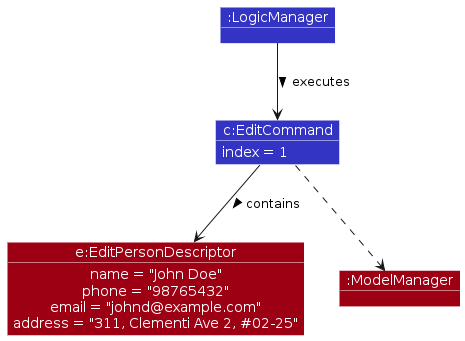
AY2526S2-CS2103T-W11-2/tp keeps this PlantUML diagram as diagrams/edit-person/PersonEditExecution.png. Above is the earlier version. Its source is kept beside it as diagrams/edit-person/PersonEditExecution.puml.
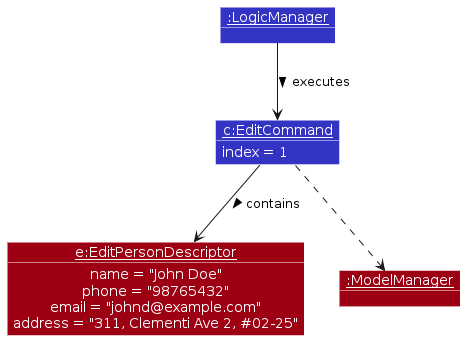
Above is the later version.

The edit, as a diff of the source:
```diff
@@ -10,10 +10,10 @@
 show objects
 show members
 
-object ":LogicManager" as LogicManager LOGIC_COLOR
-object "c:EditCommand" as EditCommand LOGIC_COLOR
-object "e:EditPersonDescriptor" as EditPersonDescriptor MODEL_COLOR
-object ":ModelManager" as ModelManager MODEL_COLOR
+object "<u>:LogicManager</u>" as LogicManager LOGIC_COLOR
+object "<u>c:EditCommand</u>" as EditCommand LOGIC_COLOR
+object "<u>e:EditPersonDescriptor</u>" as EditPersonDescriptor MODEL_COLOR
+object "<u>:ModelManager</u>" as ModelManager MODEL_COLOR
 
 EditCommand : index = 1
 
```
